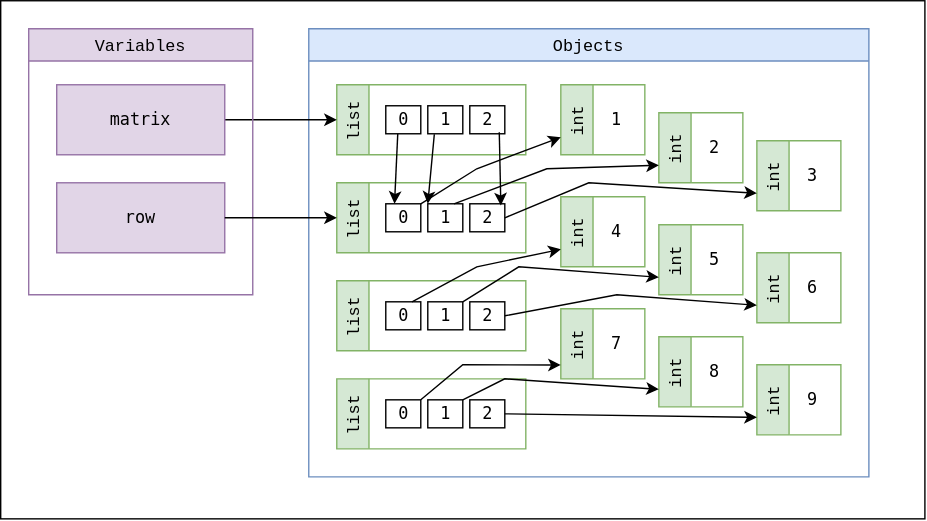
Before: source/images/data-structures-diagram.svg, a diagram exported from draw.io (treyhunner/treyhunner.github.com). Source tidied: cells renumbered, new cells last; positions are measured from the earlier drawing's top-left corner, leaving out a move shared by most shapes.
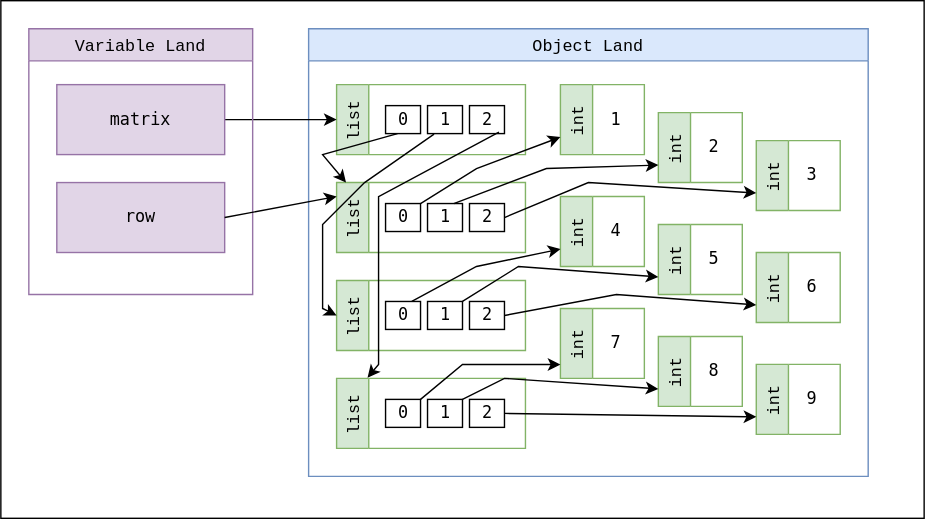
The same diagram one commit later.

Change to the diagram source:
```diff
@@ -223,17 +223,34 @@
     <mxCell id="64" style="endArrow=classic;html=1;rounded=0;fontFamily=Courier New;fontSize=12;entryX=0;entryY=0.75;entryDx=0;entryDy=0;exitX=1;exitY=0.5;exitDx=0;exitDy=0;" parent="1" edge="1" source="46" target="55">
       <mxGeometry relative="1" as="geometry" />
     </mxCell>
-    <mxCell id="65" style="endArrow=classic;html=1;rounded=0;fontFamily=Courier New;fontSize=12;exitX=1;exitY=0.5;exitDx=0;exitDy=0;entryX=0;entryY=0.5;entryDx=0;entryDy=0;" parent="1" edge="1" source="28" target="29">
-      <mxGeometry relative="1" as="geometry" />
+    <mxCell id="65" style="endArrow=classic;html=1;rounded=0;fontFamily=Courier New;fontSize=12;exitX=1;exitY=0.5;exitDx=0;exitDy=0;" parent="1" edge="1" source="28">
+      <mxGeometry relative="1" as="geometry">
+        <mxPoint x="240" y="140" as="targetPoint" />
+      </mxGeometry>
     </mxCell>
-    <mxCell id="66" style="endArrow=classic;html=1;rounded=0;fontFamily=Courier New;fontSize=12;entryX=0.25;entryY=0;entryDx=0;entryDy=0;exitX=0.342;exitY=1.003;exitDx=0;exitDy=0;exitPerimeter=0;" parent="1" edge="1" source="5" target="30">
-      <mxGeometry relative="1" as="geometry" />
+    <mxCell id="66" style="endArrow=classic;html=1;rounded=0;fontFamily=Courier New;fontSize=12;entryX=0.05;entryY=0;entryDx=0;entryDy=0;exitX=0.342;exitY=1.003;exitDx=0;exitDy=0;exitPerimeter=0;entryPerimeter=0;" parent="1" edge="1" source="5" target="29">
+      <mxGeometry relative="1" as="geometry">
+        <Array as="points">
+          <mxPoint x="230" y="110" />
+        </Array>
+      </mxGeometry>
     </mxCell>
-    <mxCell id="67" style="endArrow=classic;html=1;rounded=0;fontFamily=Courier New;fontSize=12;entryX=0;entryY=0;entryDx=0;entryDy=0;exitX=0.187;exitY=1.017;exitDx=0;exitDy=0;exitPerimeter=0;" parent="1" edge="1" source="6" target="31">
-      <mxGeometry relative="1" as="geometry" />
+    <mxCell id="67" style="endArrow=classic;html=1;rounded=0;fontFamily=Courier New;fontSize=12;entryX=0;entryY=0.5;entryDx=0;entryDy=0;exitX=0.187;exitY=1.017;exitDx=0;exitDy=0;exitPerimeter=0;" parent="1" edge="1" source="6" target="36">
+      <mxGeometry relative="1" as="geometry">
+        <Array as="points">
+          <mxPoint x="260" y="130" />
+          <mxPoint x="230" y="160" />
+          <mxPoint x="230" y="220" />
+        </Array>
+      </mxGeometry>
     </mxCell>
-    <mxCell id="68" style="endArrow=classic;html=1;rounded=0;fontFamily=Courier New;fontSize=12;entryX=0.887;entryY=0.058;entryDx=0;entryDy=0;entryPerimeter=0;exitX=0.842;exitY=0.947;exitDx=0;exitDy=0;exitPerimeter=0;" parent="1" edge="1" source="7" target="32">
-      <mxGeometry relative="1" as="geometry" />
+    <mxCell id="68" style="endArrow=classic;html=1;rounded=0;fontFamily=Courier New;fontSize=12;entryX=0.164;entryY=-0.011;entryDx=0;entryDy=0;entryPerimeter=0;exitX=0.842;exitY=0.947;exitDx=0;exitDy=0;exitPerimeter=0;" parent="1" edge="1" source="7" target="43">
+      <mxGeometry relative="1" as="geometry">
+        <Array as="points">
+          <mxPoint x="270" y="140" />
+          <mxPoint x="270" y="260" />
+        </Array>
+      </mxGeometry>
     </mxCell>
   </root>
 </mxGraphModel>
```
